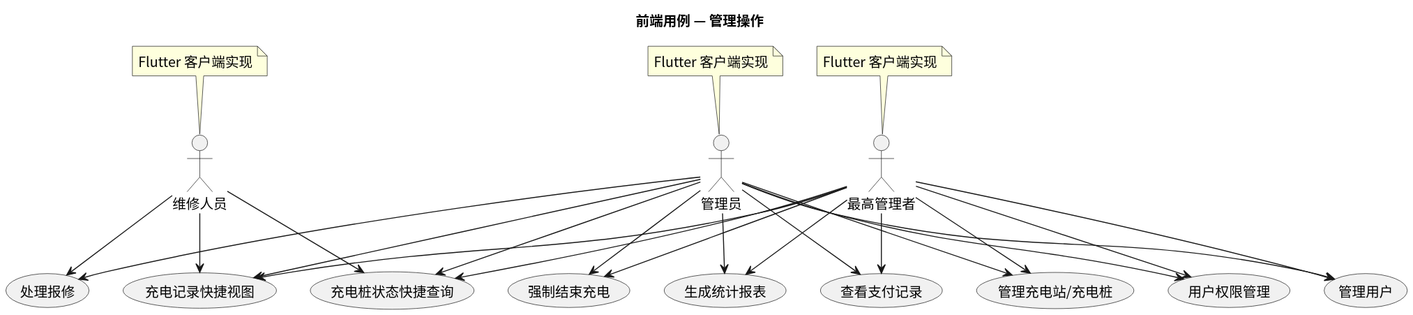
Earlier version of the PlantUML export usecase/docs/frontend/img/frontend_admin_usecases.svg (greenhandzdl/charging-station-doc).
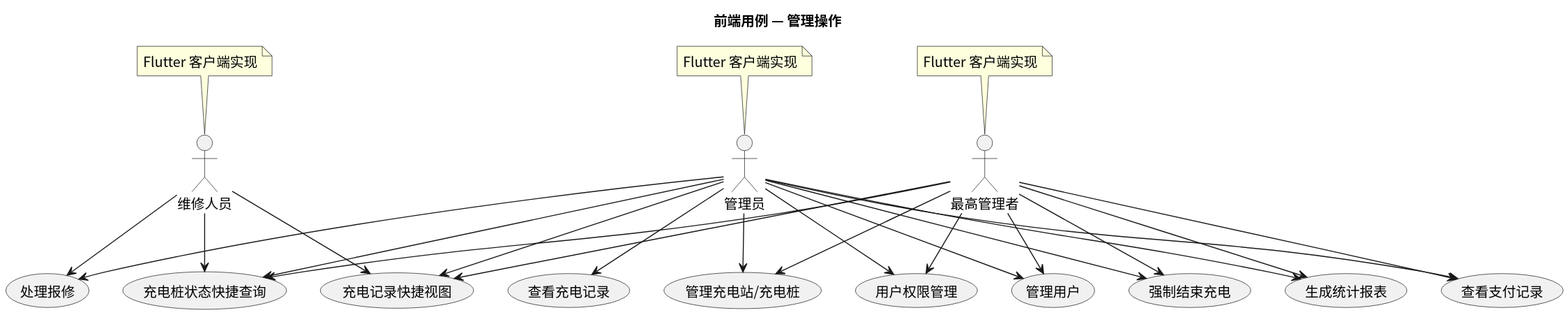
The same diagram one commit later.

Change to the diagram source:
```diff
@@ -20,6 +20,7 @@
 usecase "生成统计报表" as GS
 usecase "充电桩状态快捷查询" as QC
 usecase "查看支付记录" as VPR
+usecase "查看充电记录" as VCR
 usecase "充电记录快捷视图" as QV
 
 A --> HR
@@ -30,6 +31,7 @@
 A --> GS
 A --> QC
 A --> QV
+A --> VCR
 A --> VPR
 M --> HR
 M --> QV
```
